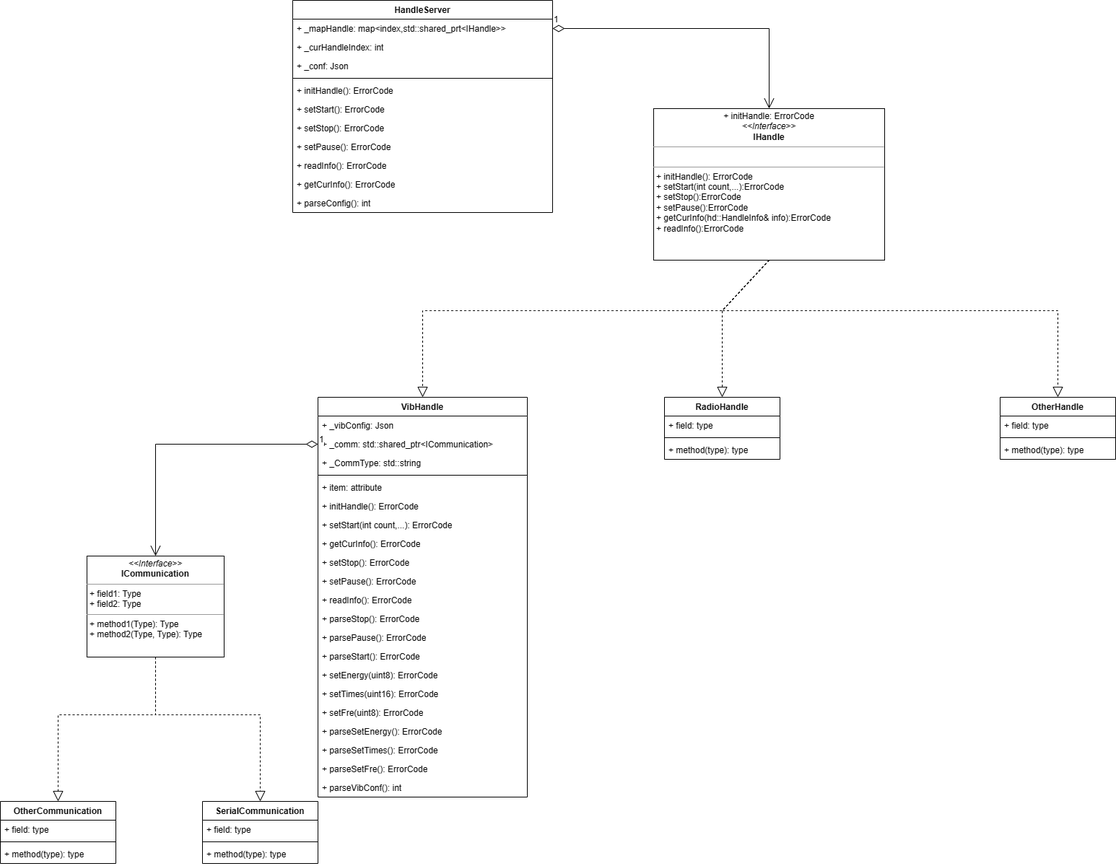
The draw.io diagram 理疗/理疗.drawio.png in Durpe/Drawio, before a commit. Source tidied: cells renumbered, new cells last; positions are measured from the earlier drawing's top-left corner, leaving out a move shared by most shapes.
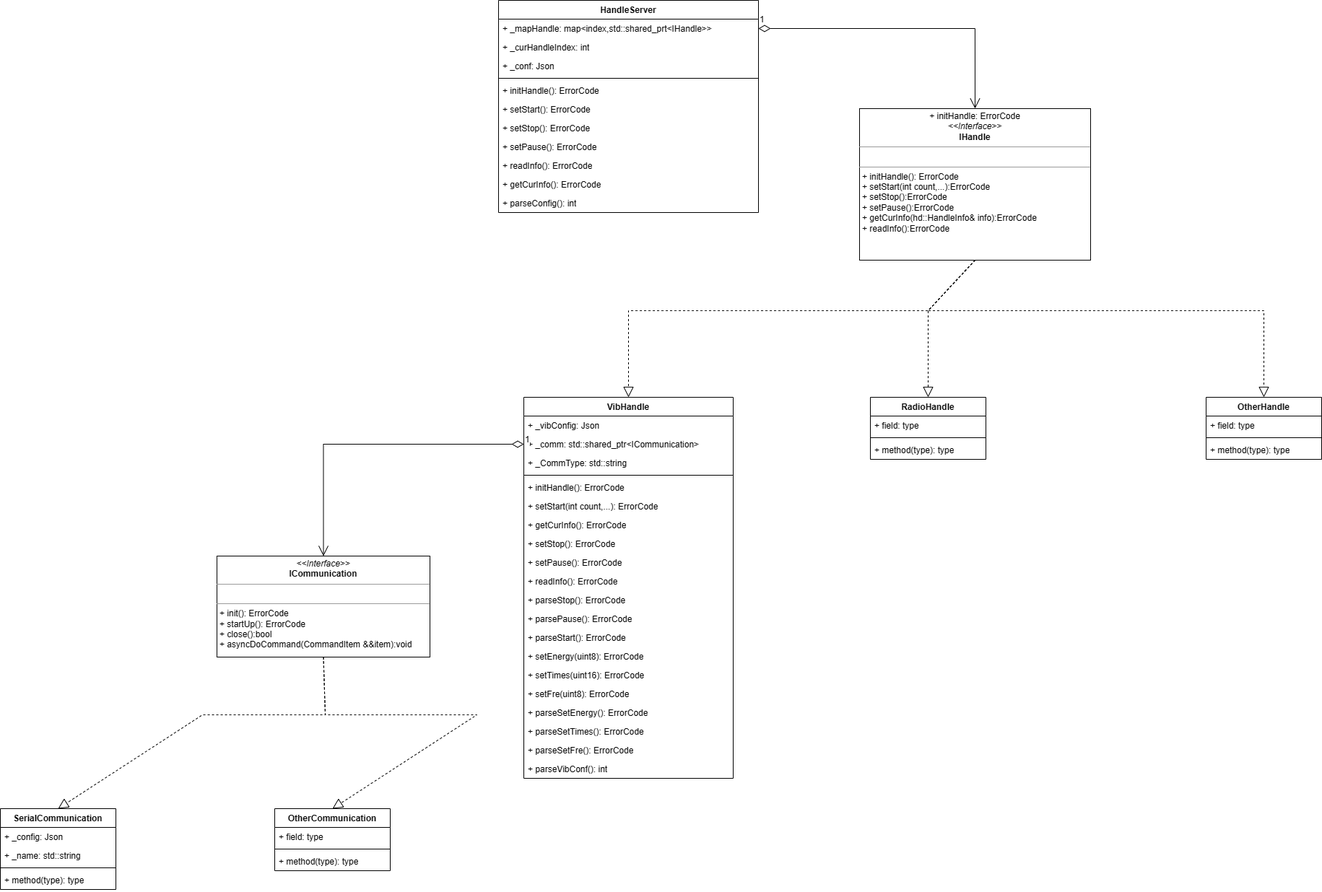
Later version of the same file.

What changed in the source:
```diff
@@ -6,7 +6,7 @@
       <mxGeometry x="905" y="150" width="320" height="210" as="geometry" />
     </mxCell>
     <mxCell id="3" value="VibHandle" style="swimlane;fontStyle=1;align=center;verticalAlign=top;horizontal=1;startSize=26;whiteSpace=wrap;html=1;" parent="1" vertex="1">
-      <mxGeometry x="440" y="550" width="290" height="554" as="geometry" />
+      <mxGeometry x="440" y="550" width="290" height="528" as="geometry" />
     </mxCell>
     <mxCell id="4" value="+ _vibConfig: Json&amp;nbsp;" style="text;strokeColor=none;fillColor=none;align=left;verticalAlign=top;spacingLeft=4;spacingRight=4;overflow=hidden;whiteSpace=wrap;html=1;" parent="3" vertex="1">
       <mxGeometry y="26" width="290" height="26" as="geometry" />
@@ -20,56 +20,53 @@
     <mxCell id="7" style="line;strokeWidth=1;fillColor=none;align=left;verticalAlign=middle;spacingTop=-1;spacingLeft=3;spacingRight=3;labelPosition=right;strokeColor=inherit;" parent="3" vertex="1">
       <mxGeometry y="104" width="290" height="8" as="geometry" />
     </mxCell>
-    <mxCell id="8" value="+ item: attribute" style="text;strokeColor=none;fillColor=none;align=left;verticalAlign=top;spacingLeft=4;spacingRight=4;overflow=hidden;whiteSpace=wrap;html=1;" parent="3" vertex="1">
-      <mxGeometry y="112" width="290" height="26" as="geometry" />
-    </mxCell>
     <mxCell id="9" value="+ initHandle(): ErrorCode" style="text;strokeColor=none;fillColor=none;align=left;verticalAlign=top;spacingLeft=4;spacingRight=4;overflow=hidden;whiteSpace=wrap;html=1;" parent="3" vertex="1">
-      <mxGeometry y="138" width="290" height="26" as="geometry" />
+      <mxGeometry y="112" width="290" height="26" as="geometry" />
     </mxCell>
     <mxCell id="10" value="+ setStart(int count,...): ErrorCode" style="text;strokeColor=none;fillColor=none;align=left;verticalAlign=top;spacingLeft=4;spacingRight=4;overflow=hidden;whiteSpace=wrap;html=1;" parent="3" vertex="1">
-      <mxGeometry y="164" width="290" height="26" as="geometry" />
+      <mxGeometry y="138" width="290" height="26" as="geometry" />
     </mxCell>
     <mxCell id="11" value="+ getCurInfo(): ErrorCode" style="text;strokeColor=none;fillColor=none;align=left;verticalAlign=top;spacingLeft=4;spacingRight=4;overflow=hidden;whiteSpace=wrap;html=1;" parent="3" vertex="1">
-      <mxGeometry y="190" width="290" height="26" as="geometry" />
+      <mxGeometry y="164" width="290" height="26" as="geometry" />
     </mxCell>
     <mxCell id="12" value="+ setStop(): ErrorCode" style="text;strokeColor=none;fillColor=none;align=left;verticalAlign=top;spacingLeft=4;spacingRight=4;overflow=hidden;whiteSpace=wrap;html=1;" parent="3" vertex="1">
-      <mxGeometry y="216" width="290" height="26" as="geometry" />
+      <mxGeometry y="190" width="290" height="26" as="geometry" />
     </mxCell>
     <mxCell id="13" value="+ setPause(): ErrorCode&amp;nbsp;" style="text;strokeColor=none;fillColor=none;align=left;verticalAlign=top;spacingLeft=4;spacingRight=4;overflow=hidden;whiteSpace=wrap;html=1;" parent="3" vertex="1">
-      <mxGeometry y="242" width="290" height="26" as="geometry" />
+      <mxGeometry y="216" width="290" height="26" as="geometry" />
     </mxCell>
     <mxCell id="14" value="+ readInfo(): ErrorCode" style="text;strokeColor=none;fillColor=none;align=left;verticalAlign=top;spacingLeft=4;spacingRight=4;overflow=hidden;whiteSpace=wrap;html=1;" parent="3" vertex="1">
-      <mxGeometry y="268" width="290" height="26" as="geometry" />
+      <mxGeometry y="242" width="290" height="26" as="geometry" />
     </mxCell>
     <mxCell id="15" value="+ parseStop(): ErrorCode" style="text;strokeColor=none;fillColor=none;align=left;verticalAlign=top;spacingLeft=4;spacingRight=4;overflow=hidden;whiteSpace=wrap;html=1;" parent="3" vertex="1">
-      <mxGeometry y="294" width="290" height="26" as="geometry" />
+      <mxGeometry y="268" width="290" height="26" as="geometry" />
     </mxCell>
     <mxCell id="16" value="+ parsePause(): ErrorCode" style="text;strokeColor=none;fillColor=none;align=left;verticalAlign=top;spacingLeft=4;spacingRight=4;overflow=hidden;whiteSpace=wrap;html=1;" parent="3" vertex="1">
-      <mxGeometry y="320" width="290" height="26" as="geometry" />
+      <mxGeometry y="294" width="290" height="26" as="geometry" />
     </mxCell>
     <mxCell id="17" value="+ parseStart(): ErrorCode" style="text;strokeColor=none;fillColor=none;align=left;verticalAlign=top;spacingLeft=4;spacingRight=4;overflow=hidden;whiteSpace=wrap;html=1;" parent="3" vertex="1">
-      <mxGeometry y="346" width="290" height="26" as="geometry" />
+      <mxGeometry y="320" width="290" height="26" as="geometry" />
     </mxCell>
     <mxCell id="18" value="+ setEnergy(uint8): ErrorCode" style="text;strokeColor=none;fillColor=none;align=left;verticalAlign=top;spacingLeft=4;spacingRight=4;overflow=hidden;whiteSpace=wrap;html=1;" parent="3" vertex="1">
-      <mxGeometry y="372" width="290" height="26" as="geometry" />
+      <mxGeometry y="346" width="290" height="26" as="geometry" />
     </mxCell>
     <mxCell id="19" value="+ setTimes(uint16): ErrorCode" style="text;strokeColor=none;fillColor=none;align=left;verticalAlign=top;spacingLeft=4;spacingRight=4;overflow=hidden;whiteSpace=wrap;html=1;" parent="3" vertex="1">
-      <mxGeometry y="398" width="290" height="26" as="geometry" />
+      <mxGeometry y="372" width="290" height="26" as="geometry" />
     </mxCell>
     <mxCell id="20" value="+ setFre(uint8): ErrorCode" style="text;strokeColor=none;fillColor=none;align=left;verticalAlign=top;spacingLeft=4;spacingRight=4;overflow=hidden;whiteSpace=wrap;html=1;" parent="3" vertex="1">
-      <mxGeometry y="424" width="290" height="26" as="geometry" />
+      <mxGeometry y="398" width="290" height="26" as="geometry" />
     </mxCell>
     <mxCell id="21" value="+ parseSetEnergy(): ErrorCode" style="text;strokeColor=none;fillColor=none;align=left;verticalAlign=top;spacingLeft=4;spacingRight=4;overflow=hidden;whiteSpace=wrap;html=1;" parent="3" vertex="1">
-      <mxGeometry y="450" width="290" height="26" as="geometry" />
+      <mxGeometry y="424" width="290" height="26" as="geometry" />
     </mxCell>
     <mxCell id="22" value="+ parseSetTimes(): ErrorCode" style="text;strokeColor=none;fillColor=none;align=left;verticalAlign=top;spacingLeft=4;spacingRight=4;overflow=hidden;whiteSpace=wrap;html=1;" parent="3" vertex="1">
-      <mxGeometry y="476" width="290" height="26" as="geometry" />
+      <mxGeometry y="450" width="290" height="26" as="geometry" />
     </mxCell>
     <mxCell id="23" value="+ parseSetFre(): ErrorCode" style="text;strokeColor=none;fillColor=none;align=left;verticalAlign=top;spacingLeft=4;spacingRight=4;overflow=hidden;whiteSpace=wrap;html=1;" parent="3" vertex="1">
-      <mxGeometry y="502" width="290" height="26" as="geometry" />
+      <mxGeometry y="476" width="290" height="26" as="geometry" />
     </mxCell>
     <mxCell id="24" value="+ parseVibConf(): int" style="text;strokeColor=none;fillColor=none;align=left;verticalAlign=top;spacingLeft=4;spacingRight=4;overflow=hidden;whiteSpace=wrap;html=1;" parent="3" vertex="1">
-      <mxGeometry y="528" width="290" height="26" as="geometry" />
+      <mxGeometry y="502" width="290" height="26" as="geometry" />
     </mxCell>
     <mxCell id="25" style="endArrow=block;dashed=1;endFill=0;endSize=12;html=1;rounded=0;exitX=0.5;exitY=1;exitDx=0;exitDy=0;entryX=0.5;entryY=0;entryDx=0;entryDy=0;" parent="1" edge="1" source="2" target="3">
       <mxGeometry relative="1" as="geometry">
@@ -98,11 +95,11 @@
         </Array>
       </mxGeometry>
     </mxCell>
-    <mxCell id="31" value="&lt;p style=&quot;margin:0px;margin-top:4px;text-align:center;&quot;&gt;&lt;i&gt;&amp;lt;&amp;lt;Interface&amp;gt;&amp;gt;&lt;/i&gt;&lt;br&gt;&lt;b&gt;ICommunication&lt;/b&gt;&lt;/p&gt;&lt;hr size=&quot;1&quot;&gt;&lt;p style=&quot;margin:0px;margin-left:4px;&quot;&gt;+ field1: Type&lt;br&gt;+ field2: Type&lt;/p&gt;&lt;hr size=&quot;1&quot;&gt;&lt;p style=&quot;margin:0px;margin-left:4px;&quot;&gt;+ method1(Type): Type&lt;br&gt;+ method2(Type, Type): Type&lt;/p&gt;" style="verticalAlign=top;align=left;overflow=fill;fontSize=12;fontFamily=Helvetica;html=1;whiteSpace=wrap;" parent="1" vertex="1">
-      <mxGeometry x="120" y="770" width="190" height="140" as="geometry" />
+    <mxCell id="31" value="&lt;p style=&quot;margin:0px;margin-top:4px;text-align:center;&quot;&gt;&lt;i&gt;&amp;lt;&amp;lt;Interface&amp;gt;&amp;gt;&lt;/i&gt;&lt;br&gt;&lt;b&gt;ICommunication&lt;/b&gt;&lt;/p&gt;&lt;hr size=&quot;1&quot;&gt;&lt;p style=&quot;margin:0px;margin-left:4px;&quot;&gt;&lt;br&gt;&lt;/p&gt;&lt;hr size=&quot;1&quot;&gt;&lt;p style=&quot;margin:0px;margin-left:4px;&quot;&gt;+ init(): ErrorCode&lt;br&gt;+ startUp(): ErrorCode&lt;/p&gt;&lt;p style=&quot;margin:0px;margin-left:4px;&quot;&gt;+&amp;nbsp;close():bool&lt;/p&gt;&lt;p style=&quot;margin:0px;margin-left:4px;&quot;&gt;+&amp;nbsp;asyncDoCommand(CommandItem &amp;amp;&amp;amp;item):void&lt;/p&gt;" style="verticalAlign=top;align=left;overflow=fill;fontSize=12;fontFamily=Helvetica;html=1;whiteSpace=wrap;" parent="1" vertex="1">
+      <mxGeometry x="15" y="770" width="295" height="140" as="geometry" />
     </mxCell>
     <mxCell id="32" value="OtherCommunication" style="swimlane;fontStyle=1;align=center;verticalAlign=top;horizontal=1;startSize=26;whiteSpace=wrap;html=1;" parent="1" vertex="1">
-      <mxGeometry y="1110" width="160" height="86" as="geometry" />
+      <mxGeometry x="95" y="1120" width="160" height="86" as="geometry" />
     </mxCell>
     <mxCell id="33" value="+ field: type" style="text;strokeColor=none;fillColor=none;align=left;verticalAlign=top;spacingLeft=4;spacingRight=4;overflow=hidden;whiteSpace=wrap;html=1;" parent="32" vertex="1">
       <mxGeometry y="26" width="160" height="26" as="geometry" />
@@ -114,30 +111,33 @@
       <mxGeometry y="60" width="160" height="26" as="geometry" />
     </mxCell>
     <mxCell id="36" value="SerialCommunication" style="swimlane;fontStyle=1;align=center;verticalAlign=top;horizontal=1;startSize=26;whiteSpace=wrap;html=1;" parent="1" vertex="1">
-      <mxGeometry x="280" y="1110" width="160" height="86" as="geometry" />
+      <mxGeometry x="-285" y="1120" width="160" height="112" as="geometry" />
     </mxCell>
-    <mxCell id="37" value="+ field: type" style="text;strokeColor=none;fillColor=none;align=left;verticalAlign=top;spacingLeft=4;spacingRight=4;overflow=hidden;whiteSpace=wrap;html=1;" parent="36" vertex="1">
+    <mxCell id="37" value="+ _config: Json" style="text;strokeColor=none;fillColor=none;align=left;verticalAlign=top;spacingLeft=4;spacingRight=4;overflow=hidden;whiteSpace=wrap;html=1;" parent="36" vertex="1">
       <mxGeometry y="26" width="160" height="26" as="geometry" />
     </mxCell>
+    <mxCell id="61" value="+ _name: std::string" style="text;strokeColor=none;fillColor=none;align=left;verticalAlign=top;spacingLeft=4;spacingRight=4;overflow=hidden;whiteSpace=wrap;html=1;" parent="36" vertex="1">
+      <mxGeometry y="52" width="160" height="26" as="geometry" />
+    </mxCell>
     <mxCell id="38" style="line;strokeWidth=1;fillColor=none;align=left;verticalAlign=middle;spacingTop=-1;spacingLeft=3;spacingRight=3;labelPosition=right;strokeColor=inherit;" parent="36" vertex="1">
-      <mxGeometry y="52" width="160" height="8" as="geometry" />
+      <mxGeometry y="78" width="160" height="8" as="geometry" />
     </mxCell>
     <mxCell id="39" value="+ method(type): type" style="text;strokeColor=none;fillColor=none;align=left;verticalAlign=top;spacingLeft=4;spacingRight=4;overflow=hidden;whiteSpace=wrap;html=1;" parent="36" vertex="1">
-      <mxGeometry y="60" width="160" height="26" as="geometry" />
+      <mxGeometry y="86" width="160" height="26" as="geometry" />
     </mxCell>
     <mxCell id="40" style="endArrow=block;dashed=1;endFill=0;endSize=12;html=1;rounded=0;exitX=0.5;exitY=1;exitDx=0;exitDy=0;entryX=0.5;entryY=0;entryDx=0;entryDy=0;" parent="1" edge="1" source="31" target="32">
       <mxGeometry relative="1" as="geometry">
         <Array as="points">
-          <mxPoint x="215" y="990" />
-          <mxPoint x="80" y="990" />
+          <mxPoint x="165" y="990" />
+          <mxPoint x="375" y="990" />
         </Array>
       </mxGeometry>
     </mxCell>
     <mxCell id="41" style="endArrow=block;dashed=1;endFill=0;endSize=12;html=1;rounded=0;exitX=0.5;exitY=1;exitDx=0;exitDy=0;entryX=0.5;entryY=0;entryDx=0;entryDy=0;" parent="1" edge="1" source="31" target="36">
       <mxGeometry relative="1" as="geometry">
         <Array as="points">
-          <mxPoint x="215" y="990" />
-          <mxPoint x="360" y="990" />
+          <mxPoint x="165" y="990" />
+          <mxPoint x="-5" y="990" />
         </Array>
       </mxGeometry>
     </mxCell>
```
